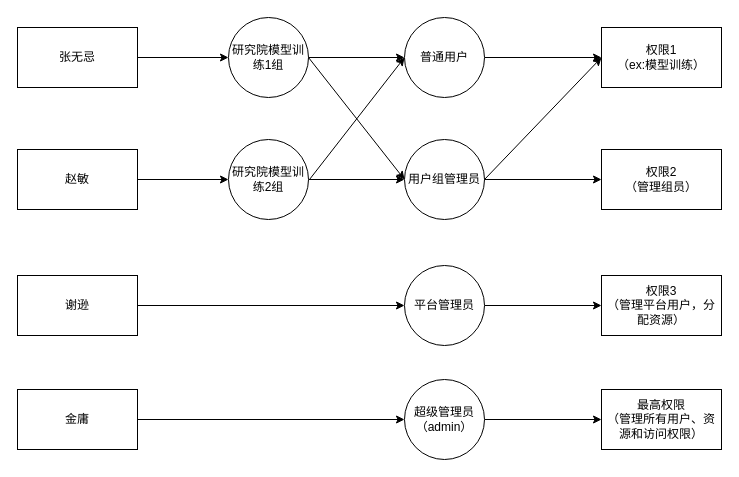
NorthQF/EddieFlowchart keeps this draw.io diagram as Untitled Diagram.drawio. Above is the earlier version. Source tidied: cells renumbered, new cells numbered last; positions are measured from the earlier drawing's top-left corner, leaving out a move shared by most shapes. Both pictures are drawn from the tidied source at 100%, with x=0, y=0 at pixel (17, 17).
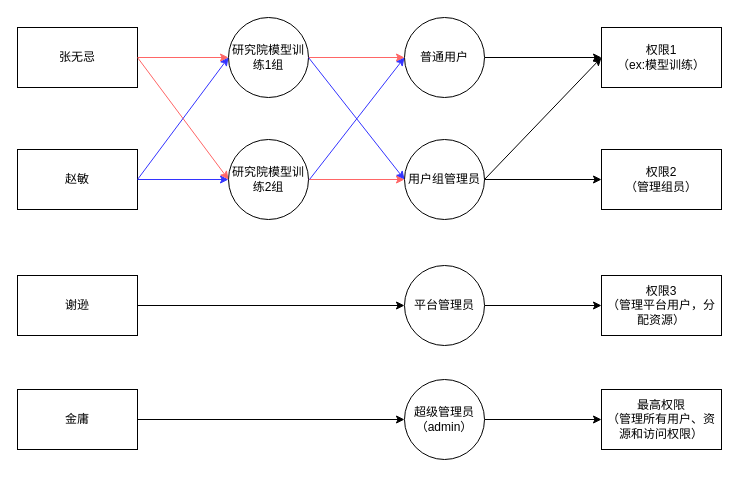
After the change.

The change refers to these unchanged cells:
```xml
<mxCell id="3" value="张无忌" style="rounded=0;whiteSpace=wrap;html=1;" parent="1" vertex="1">
  <mxGeometry y="10" width="120" height="60" as="geometry" />
</mxCell>
<mxCell id="5" value="研究院模型训练1组" style="ellipse;whiteSpace=wrap;html=1;" parent="1" vertex="1">
  <mxGeometry x="211" width="80" height="80" as="geometry" />
</mxCell>
<mxCell id="7" value="研究院模型训练2组" style="ellipse;whiteSpace=wrap;html=1;" parent="1" vertex="1">
  <mxGeometry x="211" y="122" width="80" height="80" as="geometry" />
</mxCell>
<mxCell id="9" value="用户组管理员" style="ellipse;whiteSpace=wrap;html=1;" parent="1" vertex="1">
  <mxGeometry x="387" y="122" width="80" height="80" as="geometry" />
</mxCell>
<mxCell id="11" value="赵敏" style="rounded=0;whiteSpace=wrap;html=1;" parent="1" vertex="1">
  <mxGeometry y="132" width="120" height="60" as="geometry" />
</mxCell>
<mxCell id="15" value="普通用户" style="ellipse;whiteSpace=wrap;html=1;" parent="1" vertex="1">
  <mxGeometry x="387" width="80" height="80" as="geometry" />
</mxCell>
```

Change to the diagram source:
```diff
@@
-    <mxCell id="2" style="edgeStyle=orthogonalEdgeStyle;rounded=0;jettySize=auto;html=1;exitX=1;exitY=0.5;exitDx=0;exitDy=0;" parent="1" edge="1" source="3" target="5">
+    <mxCell id="2" style="edgeStyle=orthogonalEdgeStyle;rounded=0;jettySize=auto;html=1;exitX=1;exitY=0.5;exitDx=0;exitDy=0;strokeColor=#FF6666;" parent="1" edge="1" source="3" target="5">
       <mxGeometry relative="1" as="geometry" />
     </mxCell>
@@
-    <mxCell id="4" style="edgeStyle=orthogonalEdgeStyle;rounded=0;jettySize=auto;html=1;fontSize=10;" parent="1" edge="1" source="5" target="15">
+    <mxCell id="4" style="edgeStyle=orthogonalEdgeStyle;rounded=0;jettySize=auto;html=1;fontSize=10;strokeColor=#FF6666;" parent="1" edge="1" source="5" target="15">
       <mxGeometry relative="1" as="geometry" />
     </mxCell>
@@
-    <mxCell id="6" style="edgeStyle=orthogonalEdgeStyle;rounded=0;jettySize=auto;html=1;fontSize=10;" parent="1" edge="1" source="7" target="9">
+    <mxCell id="6" style="edgeStyle=orthogonalEdgeStyle;rounded=0;jettySize=auto;html=1;fontSize=10;strokeColor=#FF6666;" parent="1" edge="1" source="7" target="9">
       <mxGeometry relative="1" as="geometry" />
     </mxCell>
@@
-    <mxCell id="10" style="edgeStyle=orthogonalEdgeStyle;rounded=0;jettySize=auto;html=1;" parent="1" edge="1" source="11" target="7">
+    <mxCell id="10" style="edgeStyle=orthogonalEdgeStyle;rounded=0;jettySize=auto;html=1;strokeColor=#3333FF;" parent="1" edge="1" source="11" target="7">
       <mxGeometry relative="1" as="geometry" />
     </mxCell>
@@
-    <mxCell id="26" style="endArrow=classic;html=1;rounded=0;fontSize=10;entryX=0;entryY=0.5;entryDx=0;entryDy=0;" parent="1" edge="1" target="15">
+    <mxCell id="26" style="endArrow=classic;html=1;rounded=0;fontSize=10;entryX=0;entryY=0.5;entryDx=0;entryDy=0;strokeColor=#3333FF;" parent="1" edge="1" target="15">
       <mxGeometry relative="1" as="geometry">
         <mxPoint x="292" y="162" as="sourcePoint" />
       </mxGeometry>
     </mxCell>
-    <mxCell id="27" style="endArrow=classic;html=1;rounded=0;fontSize=10;exitX=1;exitY=0.5;exitDx=0;exitDy=0;entryX=0;entryY=0.5;entryDx=0;entryDy=0;" parent="1" edge="1" source="5" target="9">
+    <mxCell id="27" style="endArrow=classic;html=1;rounded=0;fontSize=10;exitX=1;exitY=0.5;exitDx=0;exitDy=0;entryX=0;entryY=0.5;entryDx=0;entryDy=0;strokeColor=#3333FF;" parent="1" edge="1" source="5" target="9">
       <mxGeometry relative="1" as="geometry" />
     </mxCell>
@@
+    <mxCell id="29" style="endArrow=classic;html=1;rounded=0;fontSize=10;exitX=1;exitY=0.5;exitDx=0;exitDy=0;entryX=0;entryY=0.5;entryDx=0;entryDy=0;strokeColor=#FF6666;" parent="1" edge="1" source="3" target="7">
+      <mxGeometry relative="1" as="geometry" />
+    </mxCell>
+    <mxCell id="30" style="endArrow=classic;html=1;rounded=0;fontSize=10;exitX=1;exitY=0.5;exitDx=0;exitDy=0;entryX=0;entryY=0.5;entryDx=0;entryDy=0;strokeColor=#3333FF;" parent="1" edge="1" source="11" target="5">
+      <mxGeometry relative="1" as="geometry" />
+    </mxCell>
```
